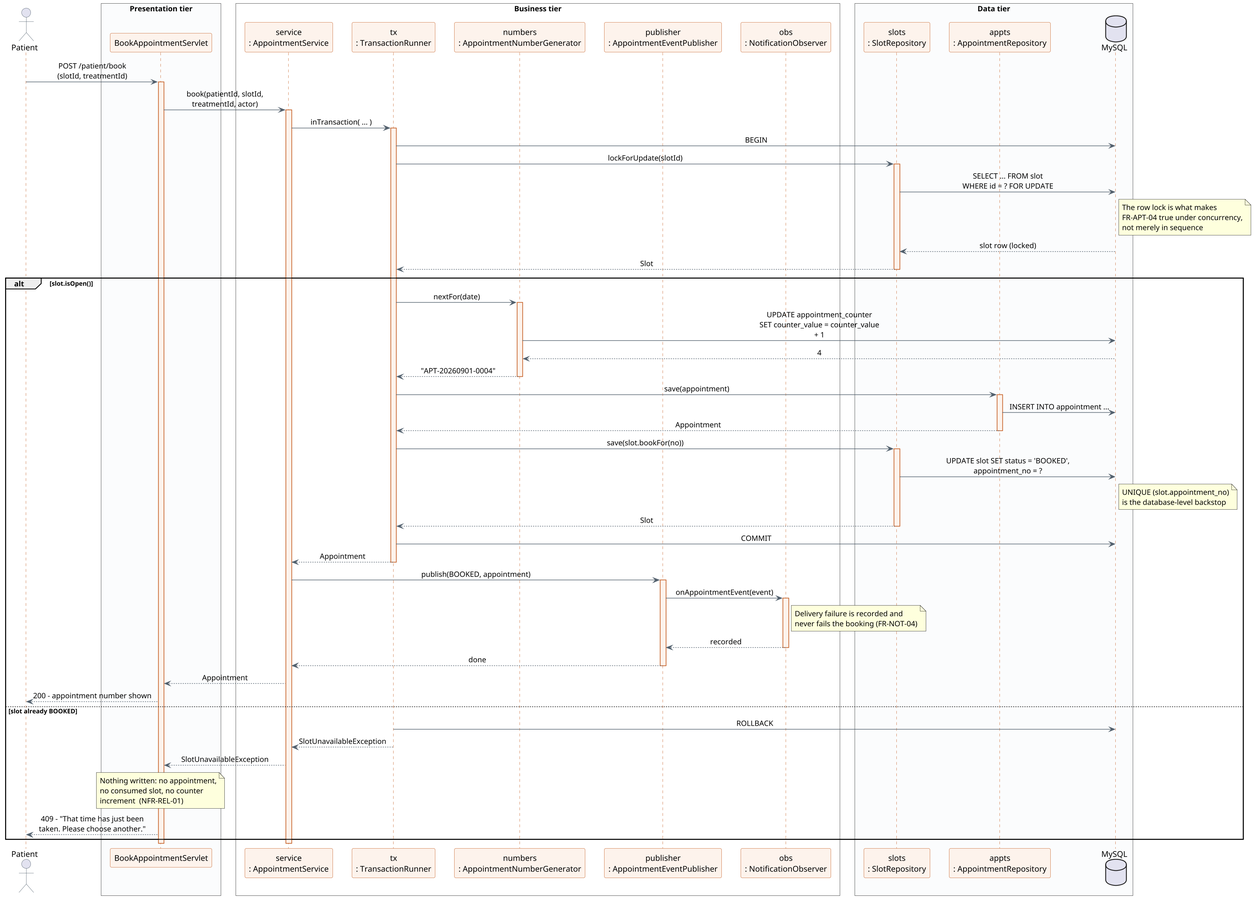
The PlantUML diagram modular/docs/sequence/seq_book_appointment.png in ShakyaRanasinghe/sunrise-dental-clinic, before a commit. The source it was exported from:
```plantuml
@startuml seq_book_appointment
!pragma layout smetana
skinparam dpi 150
skinparam backgroundColor #FFFFFF
skinparam shadowing false
skinparam sequenceMessageAlign center
skinparam maxMessageSize 220
skinparam ParticipantPadding 12
skinparam BoxPadding 12
skinparam sequence {
  ArrowColor #52606D
  LifeLineBorderColor #C2571A
  LifeLineBackgroundColor #FDF3EC
  ParticipantBorderColor #C2571A
  ParticipantBackgroundColor #FDF3EC
  ActorBorderColor #52606D
}

actor "Patient" as U

box "Presentation tier" #FBFCFD
  participant "BookAppointmentServlet" as SV
end box
box "Business tier" #FFFFFF
  participant "service\n: AppointmentService" as AS
  participant "tx\n: TransactionRunner" as TX
  participant "numbers\n: AppointmentNumberGenerator" as NG
  participant "publisher\n: AppointmentEventPublisher" as EP
  participant "obs\n: NotificationObserver" as OB
end box
box "Data tier" #FBFCFD
  participant "slots\n: SlotRepository" as SR
  participant "appts\n: AppointmentRepository" as AR
  database "MySQL" as DB
end box

U -> SV : POST /patient/book\n(slotId, treatmentId)
activate SV

SV -> AS : book(patientId, slotId,\ntreatmentId, actor)
activate AS

AS -> TX : inTransaction( ... )
activate TX
TX -> DB : BEGIN

TX -> SR : lockForUpdate(slotId)
activate SR
SR -> DB : SELECT ... FROM slot\nWHERE id = ? FOR UPDATE
note right of DB
  The row lock is what makes
  FR-APT-04 true under concurrency,
  not merely in sequence
end note
DB --> SR : slot row (locked)
SR --> TX : Slot
deactivate SR

alt slot.isOpen()
  TX -> NG : nextFor(date)
  activate NG
  NG -> DB : UPDATE appointment_counter\nSET counter_value = counter_value + 1
  DB --> NG : 4
  NG --> TX : "APT-20260901-0004"
  deactivate NG

  TX -> AR : save(appointment)
  activate AR
  AR -> DB : INSERT INTO appointment ...
  AR --> TX : Appointment
  deactivate AR

  TX -> SR : save(slot.bookFor(no))
  activate SR
  SR -> DB : UPDATE slot SET status = 'BOOKED',\nappointment_no = ?
  note right of DB
    UNIQUE (slot.appointment_no)
    is the database-level backstop
  end note
  SR --> TX : Slot
  deactivate SR

  TX -> DB : COMMIT
  TX --> AS : Appointment
  deactivate TX

  AS -> EP : publish(BOOKED, appointment)
  activate EP
  EP -> OB : onAppointmentEvent(event)
  activate OB
  note right of OB
    Delivery failure is recorded and
    never fails the booking (FR-NOT-04)
  end note
  OB --> EP : recorded
  deactivate OB
  EP --> AS : done
  deactivate EP

  AS --> SV : Appointment
  SV --> U : 200 - appointment number shown

else slot already BOOKED
  TX -> DB : ROLLBACK
  TX --> AS : SlotUnavailableException
  deactivate TX
  AS --> SV : SlotUnavailableException
  note over SV
    Nothing written: no appointment,
    no consumed slot, no counter
    increment  (NFR-REL-01)
  end note
  SV --> U : 409 - "That time has just been\ntaken. Please choose another."
end

deactivate AS
deactivate SV

@enduml
```
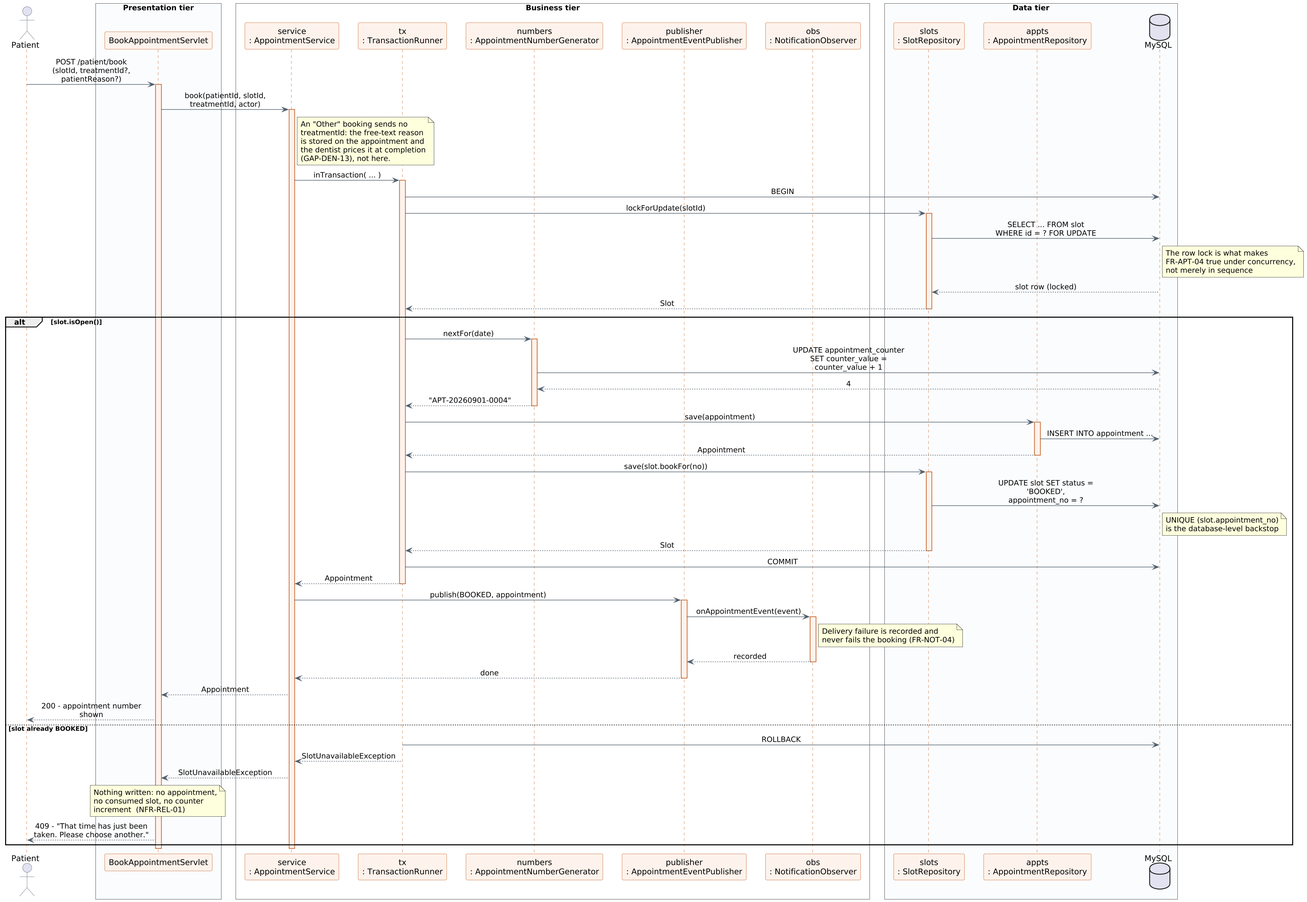
Later version of the same file.

What changed in the source:
```diff
@@ -34,11 +34,18 @@
   database "MySQL" as DB
 end box
 
-U -> SV : POST /patient/book\n(slotId, treatmentId)
+U -> SV : POST /patient/book\n(slotId, treatmentId?, patientReason?)
 activate SV
 
 SV -> AS : book(patientId, slotId,\ntreatmentId, actor)
 activate AS
+note right of AS
+  An "Other" booking sends no
+  treatmentId: the free-text reason
+  is stored on the appointment and
+  the dentist prices it at completion
+  (GAP-DEN-13), not here.
+end note
 
 AS -> TX : inTransaction( ... )
 activate TX
```
